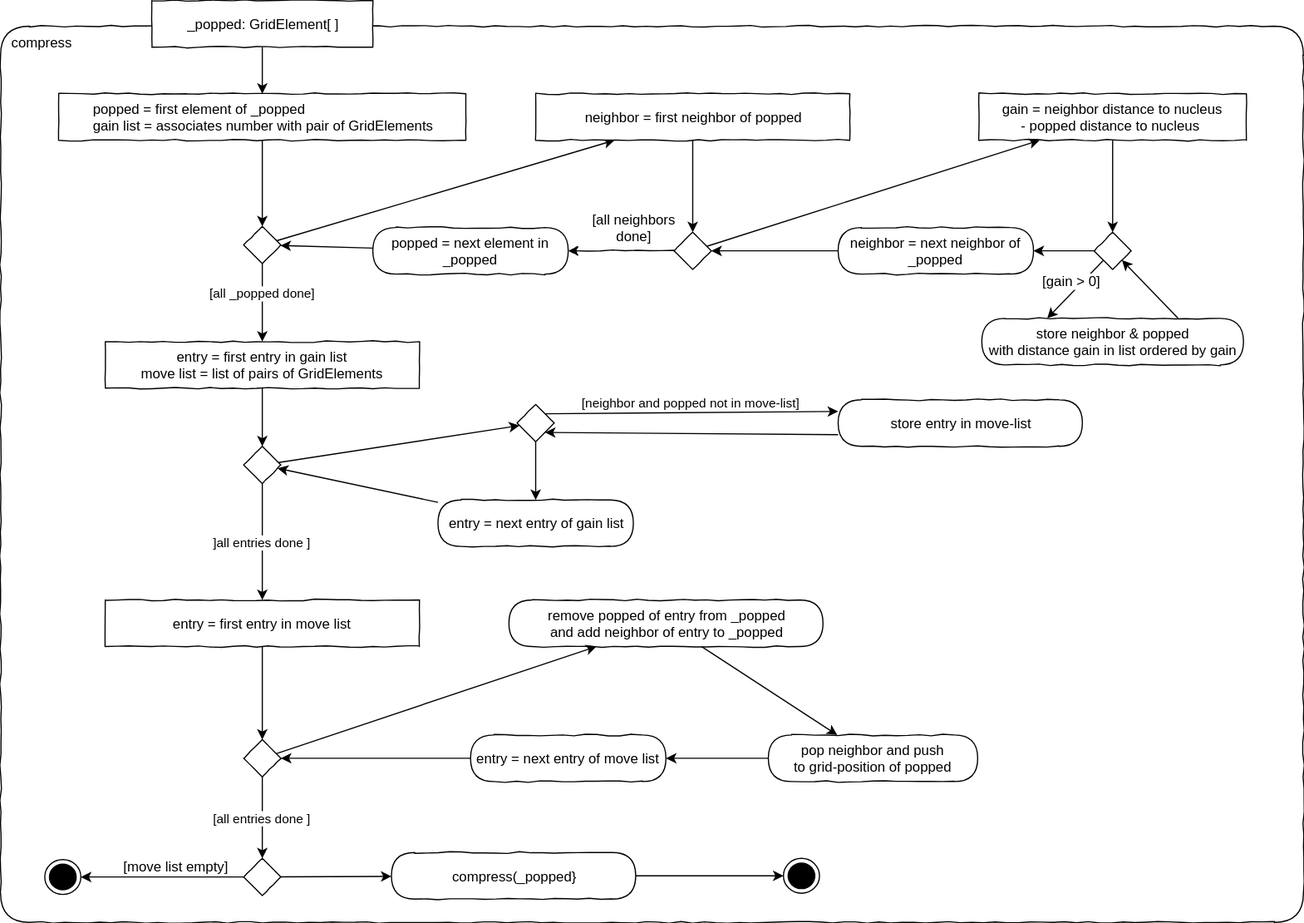
Before: L11_FudgeCraft_Compress/Compress.svg, a diagram exported from draw.io (JirkaDellOro/Prima). Source tidied: cells renumbered, new cells last; positions are measured from the earlier drawing's top-left corner, leaving out a move shared by most shapes.
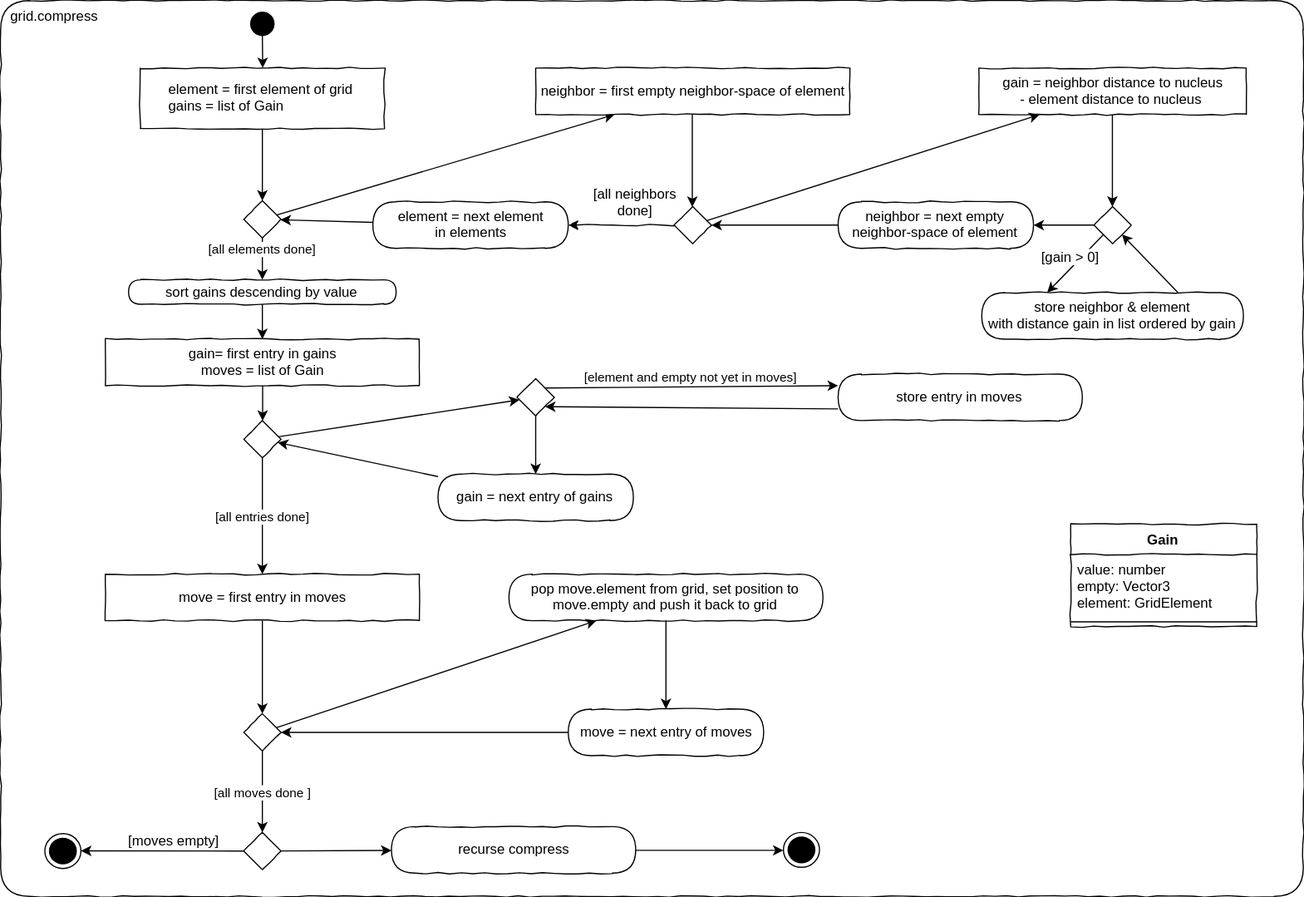
The same file after the commit.

Commit message:
compress third draft

Change to the diagram source:
```diff
@@ -2,40 +2,31 @@
   <root>
     <mxCell id="0" />
     <mxCell id="1" parent="0" />
-    <mxCell id="2" value="&lt;div style=&quot;text-align: left&quot;&gt;&amp;nbsp; compress&lt;/div&gt;" style="rounded=1;whiteSpace=wrap;html=1;shadow=0;glass=0;comic=1;strokeColor=#000000;labelPosition=center;verticalLabelPosition=middle;align=left;verticalAlign=top;absoluteArcSize=1;arcSize=50;" parent="1" vertex="1">
+    <mxCell id="2" value="&lt;div style=&quot;text-align: left&quot;&gt;&amp;nbsp; grid.compress&lt;/div&gt;" style="rounded=1;whiteSpace=wrap;html=1;shadow=0;glass=0;comic=1;strokeColor=#000000;labelPosition=center;verticalLabelPosition=middle;align=left;verticalAlign=top;absoluteArcSize=1;arcSize=50;" parent="1" vertex="1">
       <mxGeometry y="22" width="1120" height="770" as="geometry" />
     </mxCell>
-    <mxCell id="3" value="&lt;div style=&quot;text-align: left&quot;&gt;_popped: GridElement[ ]&lt;/div&gt;" style="rounded=0;whiteSpace=wrap;html=1;comic=1;" parent="1" vertex="1">
-      <mxGeometry x="130" width="190" height="40" as="geometry" />
-    </mxCell>
     <mxCell id="4" style="rounded=0;jettySize=auto;html=1;" parent="1" edge="1" source="33" target="7">
       <mxGeometry relative="1" as="geometry" />
     </mxCell>
-    <mxCell id="5" value="&lt;div style=&quot;text-align: left&quot;&gt;popped = first element of _popped&amp;nbsp;&lt;/div&gt;&lt;div style=&quot;text-align: left&quot;&gt;gain list = associates number with pair of GridElements&lt;/div&gt;" style="rounded=0;whiteSpace=wrap;html=1;comic=1;shadow=0;fontFamily=Helvetica;fontSize=12;fontColor=#000000;align=center;strokeColor=#000000;strokeWidth=1;fillColor=#ffffff;" parent="1" vertex="1">
-      <mxGeometry x="50" y="80" width="350" height="40" as="geometry" />
+    <mxCell id="5" value="&lt;div style=&quot;text-align: left&quot;&gt;element = first element of grid&amp;nbsp;&lt;/div&gt;&lt;div style=&quot;text-align: left&quot;&gt;gains = list of Gain&lt;/div&gt;" style="rounded=0;whiteSpace=wrap;html=1;comic=1;shadow=0;fontFamily=Helvetica;fontSize=12;fontColor=#000000;align=center;strokeColor=#000000;strokeWidth=1;fillColor=#ffffff;" parent="1" vertex="1">
+      <mxGeometry x="120" y="80" width="210" height="52" as="geometry" />
     </mxCell>
-    <mxCell id="6" style="edgeStyle=orthogonalEdgeStyle;rounded=0;jettySize=auto;html=1;" parent="1" edge="1" source="3" target="5">
+    <mxCell id="6" style="edgeStyle=orthogonalEdgeStyle;rounded=0;jettySize=auto;html=1;" parent="1" edge="1" source="59" target="5">
       <mxGeometry relative="1" as="geometry" />
     </mxCell>
-    <mxCell id="7" value="neighbor = first neighbor of popped" style="rounded=0;whiteSpace=wrap;html=1;comic=1;shadow=0;fontFamily=Helvetica;fontSize=12;fontColor=#000000;align=center;strokeColor=#000000;strokeWidth=1;fillColor=#ffffff;" parent="1" vertex="1">
+    <mxCell id="7" value="neighbor = first empty neighbor-space of element" style="rounded=0;whiteSpace=wrap;html=1;comic=1;shadow=0;fontFamily=Helvetica;fontSize=12;fontColor=#000000;align=center;strokeColor=#000000;strokeWidth=1;fillColor=#ffffff;" parent="1" vertex="1">
       <mxGeometry x="460" y="80" width="270" height="40" as="geometry" />
     </mxCell>
     <mxCell id="8" style="rounded=0;jettySize=auto;html=1;entryX=1;entryY=1;entryDx=0;entryDy=0;exitX=0.75;exitY=0;exitDx=0;exitDy=0;" parent="1" edge="1" source="19" target="17">
       <mxGeometry relative="1" as="geometry" />
     </mxCell>
-    <mxCell id="9" value="pop neighbor and push &lt;br&gt;to grid-position of popped" style="rounded=1;whiteSpace=wrap;html=1;absoluteArcSize=1;arcSize=50;strokeWidth=1;shadow=0;comic=1;" parent="1" vertex="1">
-      <mxGeometry x="660" y="631" width="180" height="40" as="geometry" />
-    </mxCell>
-    <mxCell id="10" value="remove popped of entry from _popped&lt;br&gt;and add neighbor of entry to _popped" style="rounded=1;whiteSpace=wrap;html=1;absoluteArcSize=1;arcSize=50;strokeWidth=1;shadow=0;comic=1;" parent="1" vertex="1">
+    <mxCell id="10" value="pop move.element from grid, set position to&lt;br&gt;move.empty and push it back to grid" style="rounded=1;whiteSpace=wrap;html=1;absoluteArcSize=1;arcSize=50;strokeWidth=1;shadow=0;comic=1;" parent="1" vertex="1">
       <mxGeometry x="437" y="515" width="270" height="40" as="geometry" />
     </mxCell>
-    <mxCell id="11" style="rounded=0;jettySize=auto;html=1;" parent="1" edge="1" source="9" target="50">
-      <mxGeometry relative="1" as="geometry" />
-    </mxCell>
-    <mxCell id="12" value="compress(_popped}" style="rounded=1;whiteSpace=wrap;html=1;absoluteArcSize=1;arcSize=50;strokeWidth=1;shadow=0;comic=1;" parent="1" vertex="1">
+    <mxCell id="12" value="recurse compress" style="rounded=1;whiteSpace=wrap;html=1;absoluteArcSize=1;arcSize=50;strokeWidth=1;shadow=0;comic=1;" parent="1" vertex="1">
       <mxGeometry x="336" y="732" width="210" height="40" as="geometry" />
     </mxCell>
-    <mxCell id="13" style="rounded=0;jettySize=auto;html=1;" parent="1" edge="1" source="10" target="9">
+    <mxCell id="13" style="rounded=0;jettySize=auto;html=1;" parent="1" edge="1" source="10" target="50">
       <mxGeometry relative="1" as="geometry" />
     </mxCell>
     <mxCell id="14" style="ellipse;html=1;shape=endState;fillColor=#000000;strokeColor=#000000;comic=1;" parent="1" vertex="1">
@@ -53,7 +44,7 @@
     <mxCell id="18" style="edgeStyle=orthogonalEdgeStyle;rounded=0;jettySize=auto;html=1;" parent="1" edge="1" source="22" target="17">
       <mxGeometry relative="1" as="geometry" />
     </mxCell>
-    <mxCell id="19" value="store neighbor &amp;amp; popped &lt;br&gt;with distance gain in list ordered by gain" style="rounded=1;whiteSpace=wrap;html=1;absoluteArcSize=1;arcSize=50;strokeWidth=1;shadow=0;comic=1;" parent="1" vertex="1">
+    <mxCell id="19" value="store neighbor &amp;amp; element&lt;br&gt;with distance gain in list ordered by gain" style="rounded=1;whiteSpace=wrap;html=1;absoluteArcSize=1;arcSize=50;strokeWidth=1;shadow=0;comic=1;" parent="1" vertex="1">
       <mxGeometry x="843.5" y="273" width="225" height="40" as="geometry" />
     </mxCell>
     <mxCell id="20" style="rounded=0;jettySize=auto;html=1;entryX=0.25;entryY=0;entryDx=0;entryDy=0;" parent="1" edge="1" source="17" target="19">
@@ -62,14 +53,14 @@
     <mxCell id="21" value="[gain &amp;gt; 0]" style="text;html=1;align=center;verticalAlign=bottom;labelBackgroundColor=#ffffff;" parent="20" vertex="1">
       <mxGeometry x="0.1" y="-2" relative="1" as="geometry" />
     </mxCell>
-    <mxCell id="22" value="gain = neighbor distance to nucleus &lt;br&gt;- popped distance to nucleus&amp;nbsp;" style="rounded=0;whiteSpace=wrap;html=1;comic=1;shadow=0;fontFamily=Helvetica;fontSize=12;fontColor=#000000;align=center;strokeColor=#000000;strokeWidth=1;fillColor=#ffffff;" parent="1" vertex="1">
+    <mxCell id="22" value="gain = neighbor distance to nucleus &lt;br&gt;- element distance to nucleus&amp;nbsp;" style="rounded=0;whiteSpace=wrap;html=1;comic=1;shadow=0;fontFamily=Helvetica;fontSize=12;fontColor=#000000;align=center;strokeColor=#000000;strokeWidth=1;fillColor=#ffffff;" parent="1" vertex="1">
       <mxGeometry x="841" y="80" width="230" height="40" as="geometry" />
     </mxCell>
     <mxCell id="23" style="edgeStyle=orthogonalEdgeStyle;rounded=0;jettySize=auto;html=1;" parent="1" edge="1" source="7" target="39">
       <mxGeometry relative="1" as="geometry" />
     </mxCell>
-    <mxCell id="24" value="entry = first entry in gain list&lt;br&gt;move list = list of pairs of GridElements" style="rounded=0;whiteSpace=wrap;html=1;comic=1;shadow=0;fontFamily=Helvetica;fontSize=12;fontColor=#000000;align=center;strokeColor=#000000;strokeWidth=1;fillColor=#ffffff;" parent="1" vertex="1">
-      <mxGeometry x="90" y="293" width="270" height="40" as="geometry" />
+    <mxCell id="24" value="gain= first entry in gains&lt;br&gt;moves = list of Gain" style="rounded=0;whiteSpace=wrap;html=1;comic=1;shadow=0;fontFamily=Helvetica;fontSize=12;fontColor=#000000;align=center;strokeColor=#000000;strokeWidth=1;fillColor=#ffffff;" parent="1" vertex="1">
+      <mxGeometry x="90" y="313" width="270" height="40" as="geometry" />
     </mxCell>
     <mxCell id="25" style="edgeStyle=orthogonalEdgeStyle;rounded=0;jettySize=auto;html=1;" parent="1" edge="1" source="42" target="39">
       <mxGeometry relative="1" as="geometry" />
@@ -86,13 +77,13 @@
     <mxCell id="29" style="edgeStyle=none;rounded=0;jettySize=auto;html=1;entryX=1;entryY=1;entryDx=0;entryDy=0;exitX=0;exitY=0.75;exitDx=0;exitDy=0;" parent="1" edge="1" source="30" target="27">
       <mxGeometry relative="1" as="geometry" />
     </mxCell>
-    <mxCell id="30" value="store entry in move-list" style="rounded=1;whiteSpace=wrap;html=1;absoluteArcSize=1;arcSize=50;strokeWidth=1;shadow=0;comic=1;" parent="1" vertex="1">
+    <mxCell id="30" value="store entry in moves" style="rounded=1;whiteSpace=wrap;html=1;absoluteArcSize=1;arcSize=50;strokeWidth=1;shadow=0;comic=1;" parent="1" vertex="1">
       <mxGeometry x="720" y="343" width="210" height="40" as="geometry" />
     </mxCell>
-    <mxCell id="31" value="[neighbor and popped not in move-list]" style="edgeStyle=none;rounded=0;jettySize=auto;html=1;verticalAlign=bottom;entryX=0;entryY=0.25;entryDx=0;entryDy=0;exitX=1;exitY=0;exitDx=0;exitDy=0;" parent="1" edge="1" source="27" target="30">
+    <mxCell id="31" value="[element and empty not yet in moves]" style="edgeStyle=none;rounded=0;jettySize=auto;html=1;verticalAlign=bottom;entryX=0;entryY=0.25;entryDx=0;entryDy=0;exitX=1;exitY=0;exitDx=0;exitDy=0;" parent="1" edge="1" source="27" target="30">
       <mxGeometry relative="1" as="geometry" />
     </mxCell>
-    <mxCell id="32" value="entry = first entry in move list" style="rounded=0;whiteSpace=wrap;html=1;comic=1;shadow=0;fontFamily=Helvetica;fontSize=12;fontColor=#000000;align=center;strokeColor=#000000;strokeWidth=1;fillColor=#ffffff;" parent="1" vertex="1">
+    <mxCell id="32" value="move = first entry in moves" style="rounded=0;whiteSpace=wrap;html=1;comic=1;shadow=0;fontFamily=Helvetica;fontSize=12;fontColor=#000000;align=center;strokeColor=#000000;strokeWidth=1;fillColor=#ffffff;" parent="1" vertex="1">
       <mxGeometry x="90" y="515" width="270" height="40" as="geometry" />
     </mxCell>
     <mxCell id="33" style="rhombus;whiteSpace=wrap;html=1;rounded=0;shadow=0;glass=0;comic=1;strokeColor=#000000;align=left;" parent="1" vertex="1">
@@ -101,13 +92,13 @@
     <mxCell id="34" style="edgeStyle=none;rounded=0;jettySize=auto;html=1;" parent="1" edge="1" source="5" target="33">
       <mxGeometry relative="1" as="geometry" />
     </mxCell>
-    <mxCell id="35" value="[all _popped done]" style="edgeStyle=none;rounded=0;jettySize=auto;html=1;verticalAlign=bottom;" parent="1" edge="1" source="33" target="24">
+    <mxCell id="35" style="edgeStyle=none;rounded=0;jettySize=auto;html=1;verticalAlign=bottom;" parent="1" edge="1" source="60" target="24">
       <mxGeometry relative="1" as="geometry" />
     </mxCell>
     <mxCell id="36" style="edgeStyle=none;rounded=0;jettySize=auto;html=1;" parent="1" edge="1" source="37" target="33">
       <mxGeometry relative="1" as="geometry" />
     </mxCell>
-    <mxCell id="37" value="popped = next element in _popped" style="rounded=1;whiteSpace=wrap;html=1;absoluteArcSize=1;arcSize=50;strokeWidth=1;shadow=0;comic=1;" parent="1" vertex="1">
+    <mxCell id="37" value="element = next element &lt;br&gt;in elements" style="rounded=1;whiteSpace=wrap;html=1;absoluteArcSize=1;arcSize=50;strokeWidth=1;shadow=0;comic=1;" parent="1" vertex="1">
       <mxGeometry x="320" y="195" width="168" height="40" as="geometry" />
     </mxCell>
     <mxCell id="38" style="edgeStyle=none;rounded=0;jettySize=auto;html=1;" parent="1" edge="1" source="39" target="22">
@@ -124,13 +115,13 @@
         <mxPoint x="-24" y="-8" as="offset" />
       </mxGeometry>
     </mxCell>
-    <mxCell id="42" value="neighbor = next neighbor of _popped" style="rounded=1;whiteSpace=wrap;html=1;absoluteArcSize=1;arcSize=50;strokeWidth=1;shadow=0;comic=1;" parent="1" vertex="1">
+    <mxCell id="42" value="neighbor = next empty neighbor-space of element" style="rounded=1;whiteSpace=wrap;html=1;absoluteArcSize=1;arcSize=50;strokeWidth=1;shadow=0;comic=1;" parent="1" vertex="1">
       <mxGeometry x="720" y="195" width="168" height="40" as="geometry" />
     </mxCell>
     <mxCell id="43" style="edgeStyle=orthogonalEdgeStyle;rounded=0;jettySize=auto;html=1;" parent="1" edge="1" source="17" target="42">
       <mxGeometry relative="1" as="geometry" />
     </mxCell>
-    <mxCell id="44" value="]all entries done ]" style="edgeStyle=none;rounded=0;jettySize=auto;html=1;" parent="1" edge="1" source="46" target="32">
+    <mxCell id="44" value="[all entries done]" style="edgeStyle=none;rounded=0;jettySize=auto;html=1;" parent="1" edge="1" source="46" target="32">
       <mxGeometry relative="1" as="geometry" />
     </mxCell>
     <mxCell id="45" style="edgeStyle=none;rounded=0;jettySize=auto;html=1;" parent="1" edge="1" source="46" target="27">
@@ -142,14 +133,14 @@
     <mxCell id="47" style="edgeStyle=none;rounded=0;jettySize=auto;html=1;" parent="1" edge="1" source="48" target="46">
       <mxGeometry relative="1" as="geometry" />
     </mxCell>
-    <mxCell id="48" value="entry = next entry of gain list" style="rounded=1;whiteSpace=wrap;html=1;absoluteArcSize=1;arcSize=50;strokeWidth=1;shadow=0;comic=1;" parent="1" vertex="1">
+    <mxCell id="48" value="gain = next entry of gains" style="rounded=1;whiteSpace=wrap;html=1;absoluteArcSize=1;arcSize=50;strokeWidth=1;shadow=0;comic=1;" parent="1" vertex="1">
       <mxGeometry x="376" y="429" width="168" height="40" as="geometry" />
     </mxCell>
     <mxCell id="49" style="edgeStyle=none;rounded=0;jettySize=auto;html=1;" parent="1" edge="1" source="50" target="51">
       <mxGeometry relative="1" as="geometry" />
     </mxCell>
-    <mxCell id="50" value="entry = next entry of move list" style="rounded=1;whiteSpace=wrap;html=1;absoluteArcSize=1;arcSize=50;strokeWidth=1;shadow=0;comic=1;" parent="1" vertex="1">
-      <mxGeometry x="404" y="631" width="168" height="40" as="geometry" />
+    <mxCell id="50" value="move = next entry of moves" style="rounded=1;whiteSpace=wrap;html=1;absoluteArcSize=1;arcSize=50;strokeWidth=1;shadow=0;comic=1;" parent="1" vertex="1">
+      <mxGeometry x="488" y="631" width="168" height="40" as="geometry" />
     </mxCell>
     <mxCell id="51" style="rhombus;whiteSpace=wrap;html=1;rounded=0;shadow=0;glass=0;comic=1;strokeColor=#000000;align=left;" parent="1" vertex="1">
       <mxGeometry x="209" y="635" width="32" height="32" as="geometry" />
@@ -157,7 +148,7 @@
     <mxCell id="52" style="edgeStyle=none;rounded=0;jettySize=auto;html=1;" parent="1" edge="1" source="32" target="51">
       <mxGeometry relative="1" as="geometry" />
     </mxCell>
-    <mxCell id="53" value="[all entries done ]" style="edgeStyle=none;rounded=0;jettySize=auto;html=1;" parent="1" edge="1" source="51" target="55">
+    <mxCell id="53" value="[all moves done ]" style="edgeStyle=none;rounded=0;jettySize=auto;html=1;" parent="1" edge="1" source="51" target="55">
       <mxGeometry relative="1" as="geometry" />
     </mxCell>
     <mxCell id="54" style="edgeStyle=none;rounded=0;jettySize=auto;html=1;" parent="1" edge="1" source="55" target="12">
@@ -172,10 +163,28 @@
     <mxCell id="57" style="edgeStyle=none;rounded=0;jettySize=auto;html=1;" parent="1" edge="1" source="55" target="56">
       <mxGeometry relative="1" as="geometry" />
     </mxCell>
-    <mxCell id="58" value="[move list empty]" style="text;html=1;align=center;verticalAlign=bottom;labelBackgroundColor=#ffffff;" parent="57" vertex="1">
+    <mxCell id="58" value="[moves empty]" style="text;html=1;align=center;verticalAlign=bottom;labelBackgroundColor=#ffffff;" parent="57" vertex="1">
       <mxGeometry x="-0.66" y="1" relative="1" as="geometry">
-        <mxPoint x="-35" y="-2" as="offset" />
+        <mxPoint x="-36" y="-2" as="offset" />
       </mxGeometry>
     </mxCell>
+    <mxCell id="59" style="ellipse;whiteSpace=wrap;html=1;rounded=0;shadow=0;comic=0;labelBackgroundColor=none;strokeColor=#000000;strokeWidth=1;fillColor=#000000;fontFamily=Verdana;fontSize=12;fontColor=#000000;align=center;comic=1;" parent="1" vertex="1">
+      <mxGeometry x="215" y="32" width="20" height="20" as="geometry" />
+    </mxCell>
+    <mxCell id="60" value="sort gains descending by value" style="rounded=1;whiteSpace=wrap;html=1;absoluteArcSize=1;arcSize=50;strokeWidth=1;shadow=0;comic=1;" parent="1" vertex="1">
+      <mxGeometry x="110" y="262" width="230" height="21" as="geometry" />
+    </mxCell>
+    <mxCell id="61" value="[all elements done]" style="edgeStyle=none;rounded=0;jettySize=auto;html=1;verticalAlign=bottom;" parent="1" edge="1" source="33" target="60">
+      <mxGeometry relative="1" as="geometry" />
+    </mxCell>
+    <mxCell id="62" value="Gain" style="swimlane;fontStyle=1;align=center;verticalAlign=top;horizontal=1;startSize=26;rounded=0;shadow=0;comic=1;strokeWidth=1;" parent="1" vertex="1">
+      <mxGeometry x="920" y="472" width="160" height="88" as="geometry" />
+    </mxCell>
+    <mxCell id="63" value="value: number&#10;empty: Vector3&#10;element: GridElement" style="text;strokeColor=none;fillColor=none;align=left;verticalAlign=top;spacingLeft=4;spacingRight=4;overflow=hidden;" parent="62" vertex="1">
+      <mxGeometry y="26" width="160" height="54" as="geometry" />
+    </mxCell>
+    <mxCell id="64" style="line;strokeWidth=1;fillColor=none;align=left;verticalAlign=middle;spacingTop=-1;spacingLeft=3;spacingRight=3;labelPosition=right;" parent="62" vertex="1">
+      <mxGeometry y="80" width="160" height="8" as="geometry" />
+    </mxCell>
   </root>
 </mxGraphModel>
```
